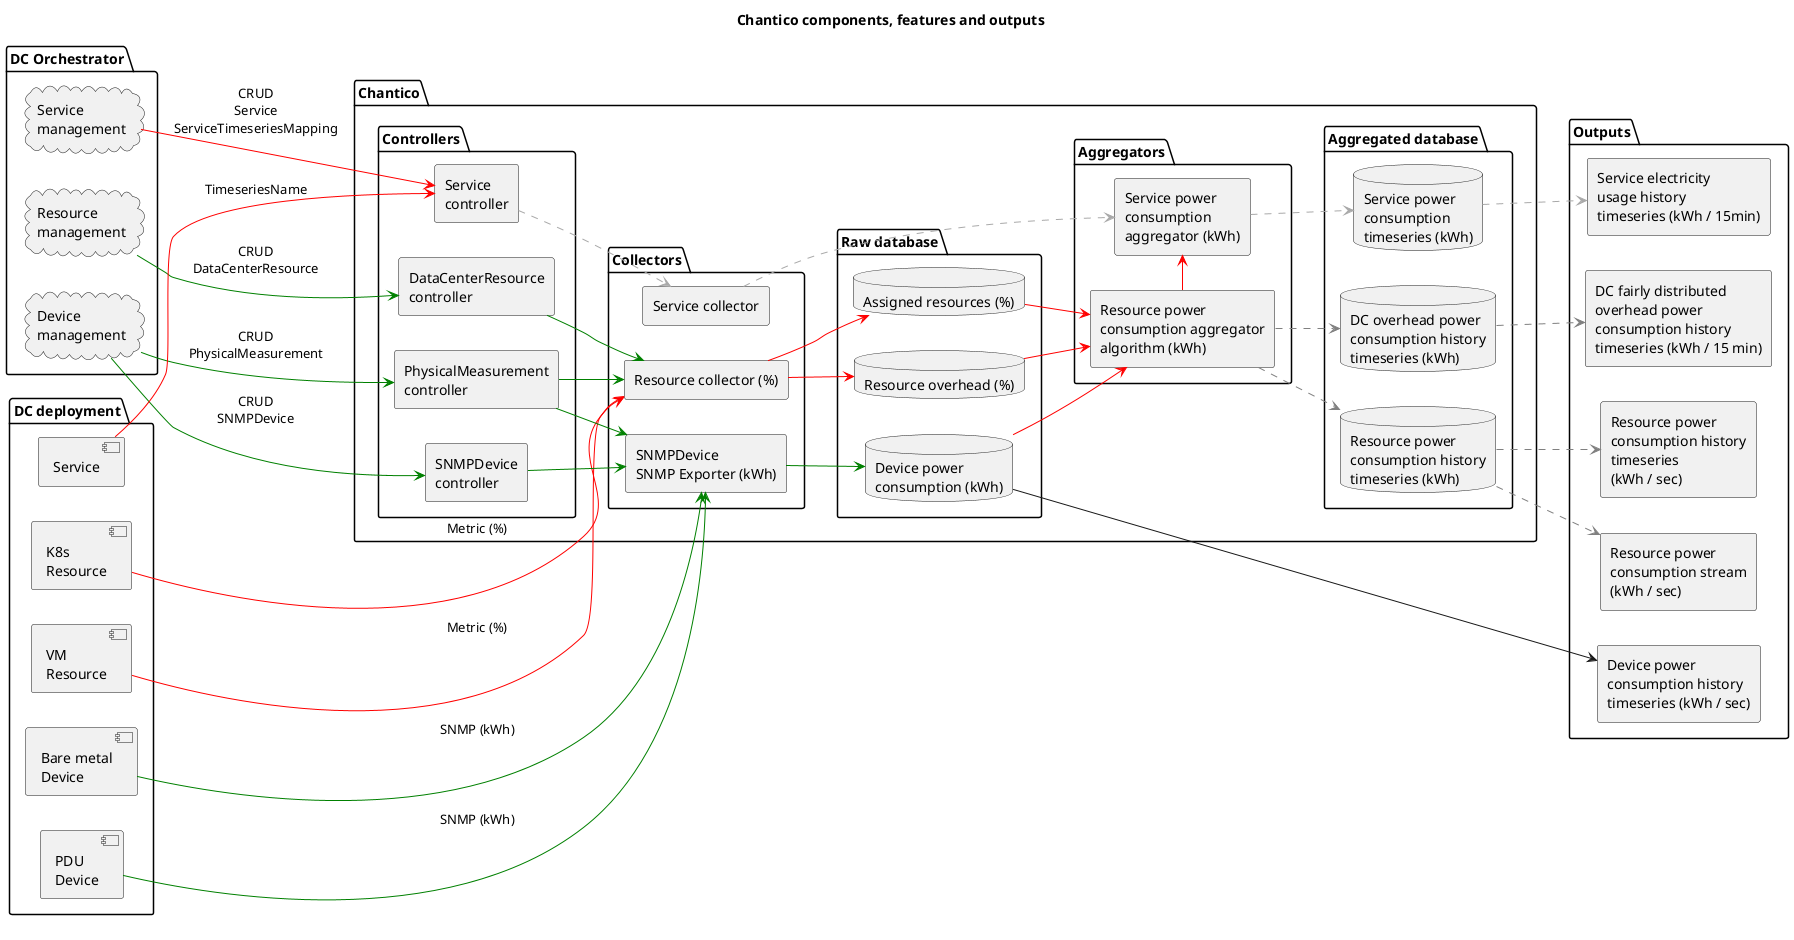
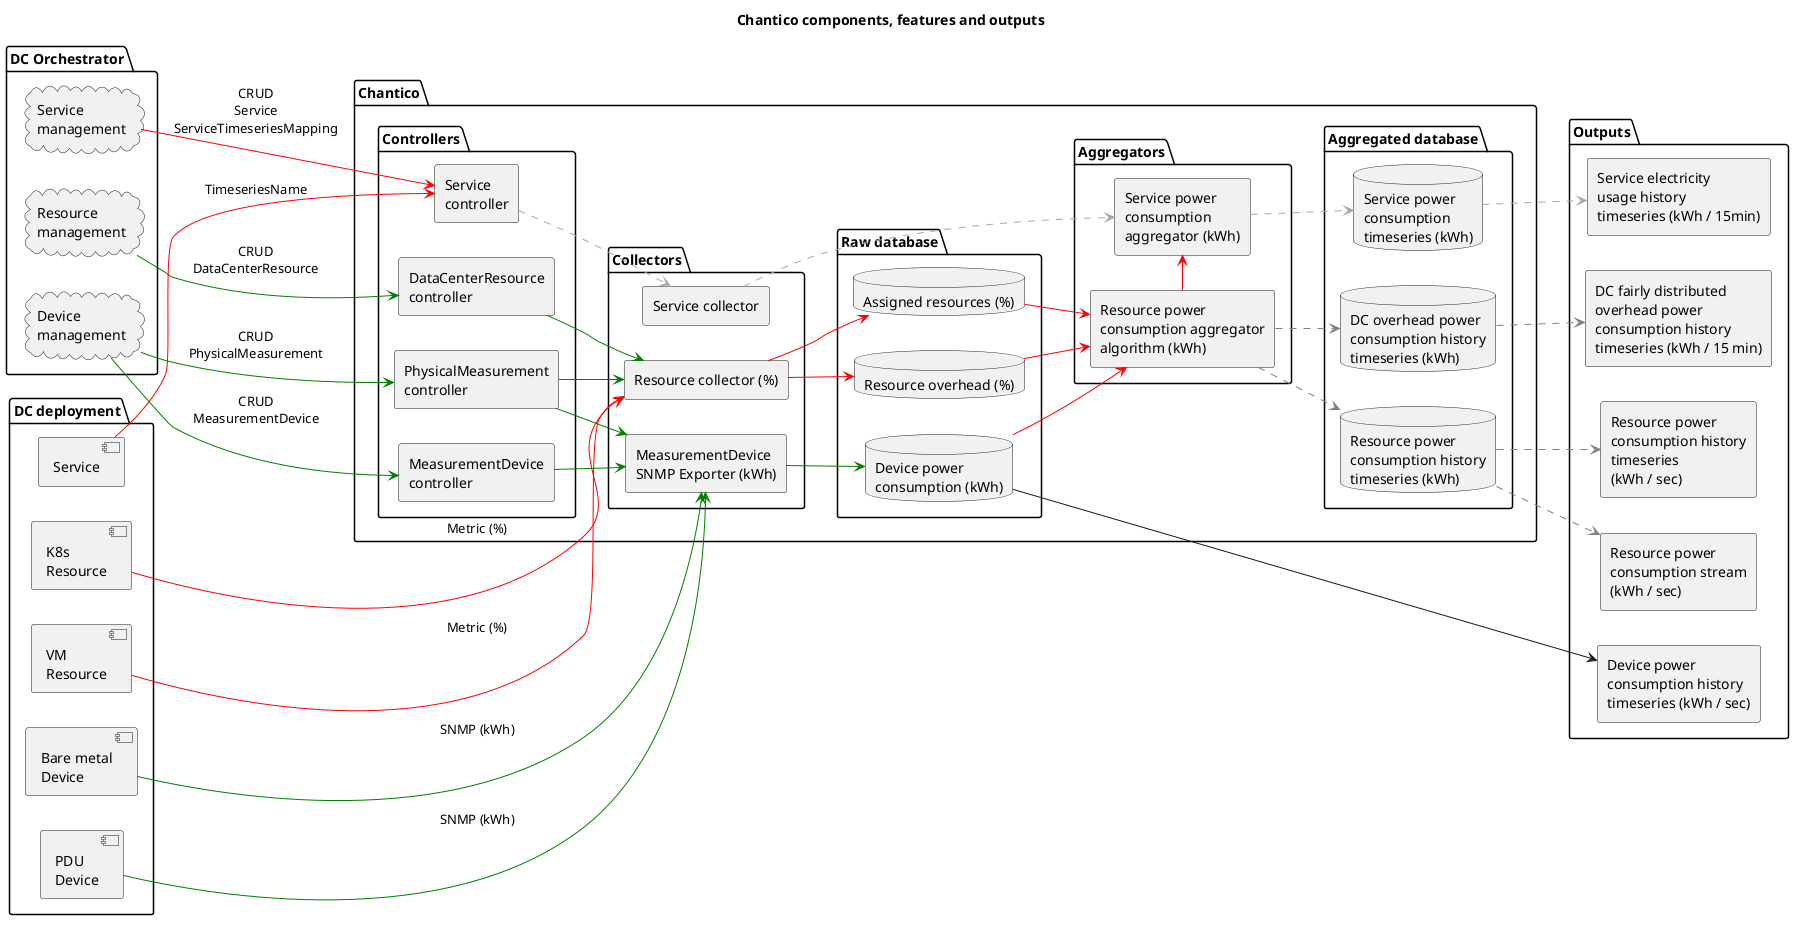
@startuml
left to right direction
skinparam wrapWidth 200
skinparam maxMessageSize 200

title Chantico components, features and outputs

package "DC Orchestrator" {
    cloud "Service\nmanagement" as ServiceMgmt
    cloud "Resource\nmanagement" as ResourceMgmt
    cloud "Device\nmanagement" as DeviceMgmt
}

package "DC deployment" {
    component "Service" as ServiceDep
    component "K8s\nResource" as K8sDep
    component "VM\nResource" as VMDep
    component "Bare metal\nDevice" as DeviceDep
    component "PDU\nDevice" as PDUDep
}

skinparam componentStyle rectangle

package "Chantico" {
    package "Controllers" {
        component "Service\ncontroller" as ServiceCtrl
        component "DataCenterResource\ncontroller" as DataCenterResourceCtrl
-         component "SNMPDevice\ncontroller" as SNMPDeviceCtrl
+         component "MeasurementDevice\ncontroller" as MeasurementDeviceCtrl
        component "PhysicalMeasurement\ncontroller" as PhysicalMeasurementCtrl
    }

    package "Collectors" {
        component "Resource collector (%)" as ResourceCollector
-         component "SNMPDevice\nSNMP Exporter (kWh)" as SNMPExporter
+         component "MeasurementDevice\nSNMP Exporter (kWh)" as SNMPExporter
        component "Service collector" as ServiceCollector
    }

    package "Raw database" {
        database "Resource overhead (%)" as ResourceOverhead
        database "Assigned resources (%)" as ResourceServices

        database "Device power\nconsumption (kWh)" as DeviceKWh
    }

    package "Aggregators" {
        component "Resource power\nconsumption aggregator\nalgorithm (kWh)" as ResourceUsage

        component "Service power\nconsumption\naggregator (kWh)" as ServiceUsage
    }

    package "Aggregated database" {
        database "Resource power\nconsumption history\ntimeseries (kWh)" as ResourceKWhHistory
        database "DC overhead power\nconsumption history\ntimeseries (kWh)" as DCOverhead
        database "Service power\nconsumption\ntimeseries (kWh)" as ServiceKWh
    }
}

' Orchestrator resource registration
ServiceMgmt -[#red]-> ServiceCtrl : CRUD\nService\nServiceTimeseriesMapping
ResourceMgmt -[#green]-> DataCenterResourceCtrl : CRUD\nDataCenterResource
DeviceMgmt -[#green]-> PhysicalMeasurementCtrl : CRUD\nPhysicalMeasurement
- DeviceMgmt -[#green]-> SNMPDeviceCtrl : CRUD\nSNMPDevice
+ DeviceMgmt -[#green]-> MeasurementDeviceCtrl : CRUD\nMeasurementDevice

' Deployed component collectors
ServiceDep -[#red]-> ServiceCtrl : TimeseriesName
K8sDep -[#red]-> ResourceCollector : Metric (%)
VMDep -[#red]-> ResourceCollector : Metric (%)
DeviceDep -[#green]-> SNMPExporter : SNMP (kWh)
PDUDep -[#green]-> SNMPExporter : SNMP (kWh)

' Controller controller/collector jobs
DataCenterResourceCtrl -[#green]-> ResourceCollector
PhysicalMeasurementCtrl -[#green]-> ResourceCollector
PhysicalMeasurementCtrl -[#green]-> SNMPExporter
- SNMPDeviceCtrl -[#green]-> SNMPExporter
+ MeasurementDeviceCtrl -[#green]-> SNMPExporter

' Resource collector splits
ResourceCollector -[#red]-> ResourceOverhead
ResourceCollector -[#red]-> ResourceServices

' Raw timeseries output
SNMPExporter -[#green]-> DeviceKWh

' Resource aggregation
ResourceOverhead -[#red]-> ResourceUsage
ResourceServices -[#red]-> ResourceUsage
DeviceKWh -[#red]> ResourceUsage
ResourceUsage -[#red]> ServiceUsage

' Chantico APIs (next use case)
ResourceUsage -[#grey,dashed]-> ResourceKWhHistory
ResourceUsage -[#grey,dashed]-> DCOverhead

' Service storage (later use case)
ServiceCtrl -[#darkgrey,dashed]-> ServiceCollector
ServiceCollector -[#darkgrey,dashed]-> ServiceUsage
ServiceUsage -[#darkgrey,dashed]-> ServiceKWh

package Outputs {
    component "Service electricity\nusage history\ntimeseries (kWh / 15min)" as ServiceOutput
    component "Resource power\nconsumption history\ntimeseries\n(kWh / sec)" as ResourceHistoryOutput
    component "Resource power\nconsumption stream\n(kWh / sec)" as ResourceStreamOutput
    component "DC fairly distributed\noverhead power\nconsumption history\ntimeseries (kWh / 15 min)" as OverheadOutput
    component "Device power\nconsumption history\ntimeseries (kWh / sec)" as DeviceOutput
}

' Outputs
ServiceKWh -[#darkgrey,dashed]-> ServiceOutput
ResourceKWhHistory -[#grey,dashed]-> ResourceHistoryOutput
ResourceKWhHistory -[#grey,dashed]-> ResourceStreamOutput
DCOverhead -[#grey,dashed]-> OverheadOutput
DeviceKWh --> DeviceOutput

@enduml
